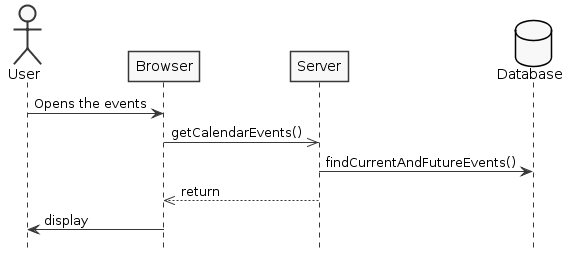
Fuel4us/EventManagingApp keeps this PlantUML diagram as docs/blue/1150372/sp2/analysis1.png. Above is the earlier version. Source of this version:
```plantuml
@startuml
skinparam monochrome true
skinparam shadowing false
hide footbox

actor User
database Database order 100

User -> Browser : Opens the events
Browser ->> Server : getCalendarEvents()
Server -> Database : findCurrentAndFutureEvents()

Server -->> Browser : return
Browser -> User : display
@enduml
```
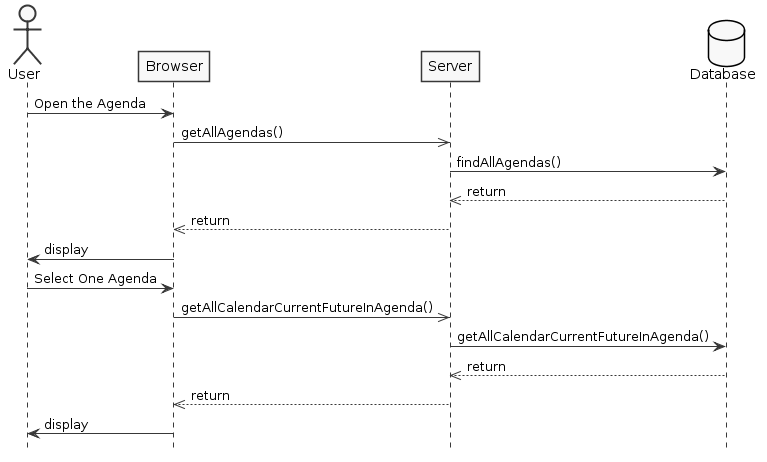
After the commit.

Change to the diagram source:
```diff
@@ -6,10 +6,19 @@
 actor User
 database Database order 100
 
-User -> Browser : Opens the events
-Browser ->> Server : getCalendarEvents()
-Server -> Database : findCurrentAndFutureEvents()
+User -> Browser : Open the Agenda
+Browser ->> Server : getAllAgendas()
+Server -> Database : findAllAgendas()
 
+Database -->> Server : return
+Server -->> Browser : return
+Browser -> User : display
+
+User -> Browser : Select One Agenda
+Browser ->> Server : getAllCalendarCurrentFutureInAgenda()
+Server -> Database : getAllCalendarCurrentFutureInAgenda()
+
+Database -->> Server : return
 Server -->> Browser : return
 Browser -> User : display
 @enduml
```
